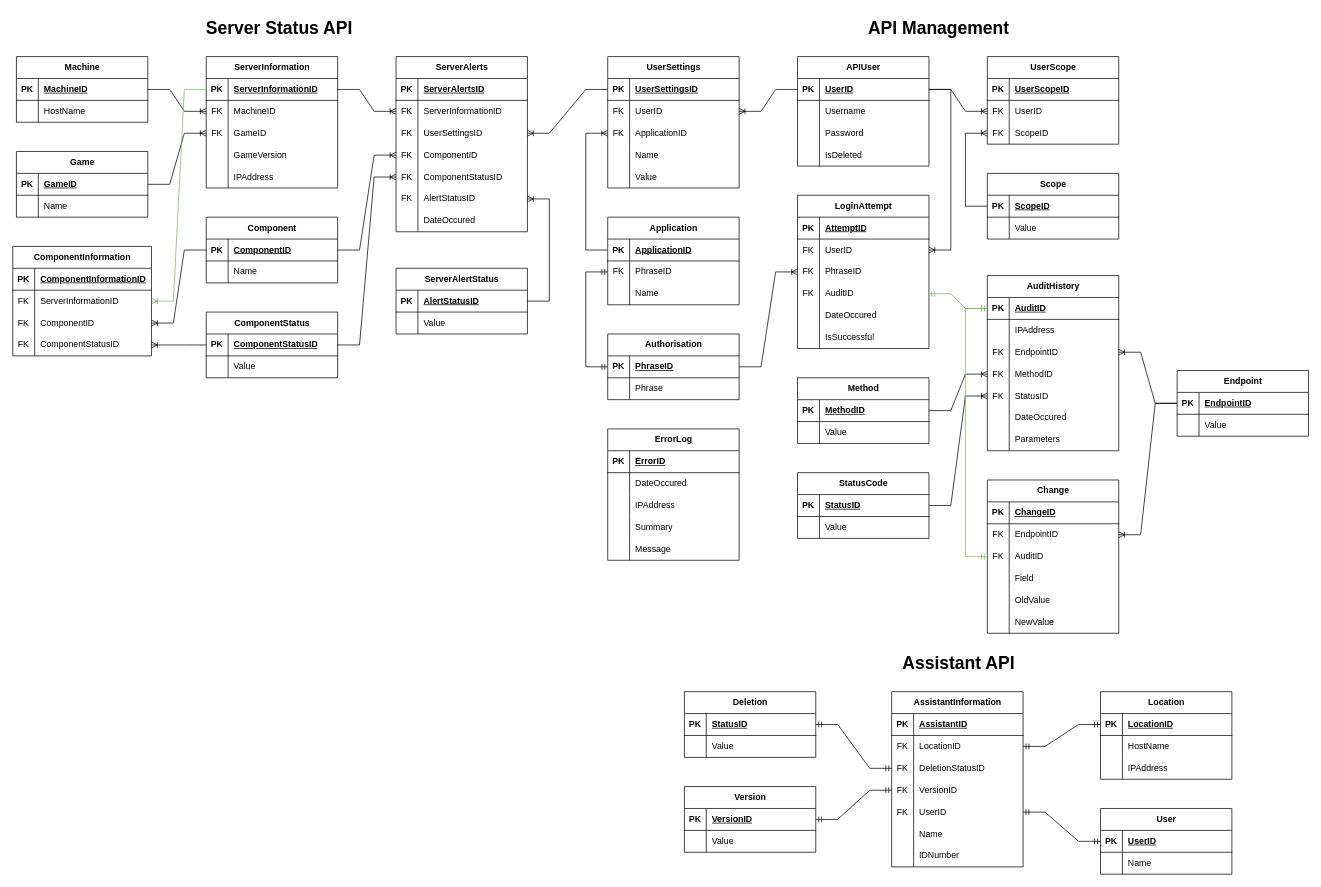
Earlier version of the draw.io diagram Database ERD.drawio (LegendarySpork9/Hunter-Industries-API). Source tidied: cells renumbered, new cells numbered last; positions are measured from the earlier drawing's top-left corner, leaving out a move shared by most shapes. Both pictures are drawn from the tidied source at 73%, with x=0, y=0 at pixel (12, 12).
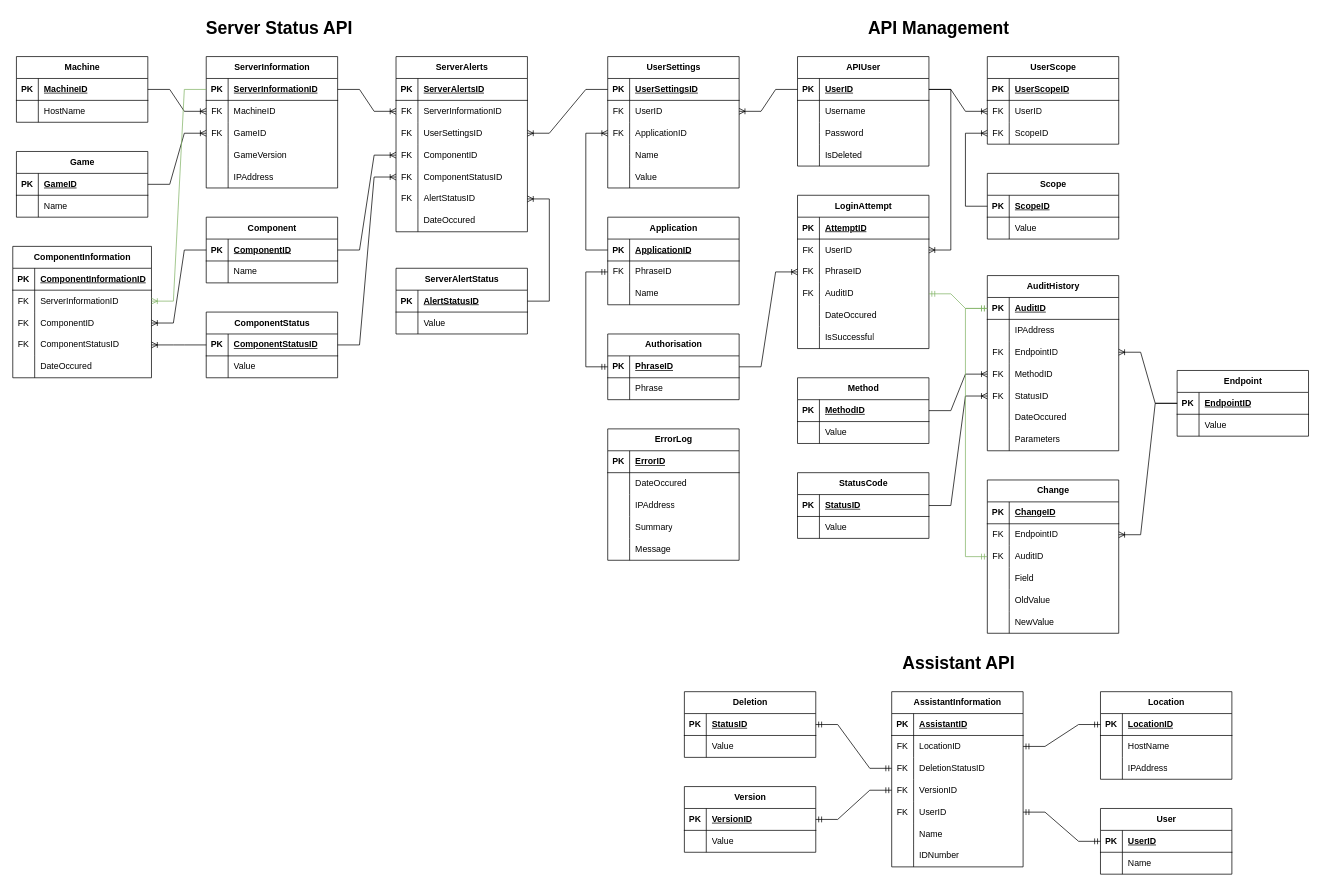
After the change.

Commit message:
Database ERD

Added a date field to the ComponentInformation table.

Unchanged cells that the change refers to:
```xml
<mxCell id="283" style="shape=tableRow;horizontal=0;startSize=0;swimlaneHead=0;swimlaneBody=0;fillColor=none;points=[[0,0.5],[1,0.5]];portConstraint=eastwest;top=0;left=0;right=0;bottom=1;" parent="282" vertex="1">
  <mxGeometry y="30" width="180" height="30" as="geometry" />
</mxCell>
```

Change to the diagram source:
```diff
@@
     <mxCell id="262" value="ComponentInformation" style="shape=table;startSize=30;childLayout=tableLayout;rowLines=0;fontStyle=1;align=center;html=1;" parent="1" vertex="1">
-      <mxGeometry y="320" width="190" height="150" as="geometry" />
+      <mxGeometry y="320" width="190" height="180" as="geometry" />
     </mxCell>
@@
+    <mxCell id="331" style="shape=tableRow;horizontal=0;startSize=0;swimlaneHead=0;swimlaneBody=0;fillColor=none;points=[[0,0.5],[1,0.5]];portConstraint=eastwest;top=0;left=0;right=0;bottom=0;" parent="262" vertex="1">
+      <mxGeometry y="120" width="190" height="30" as="geometry" />
+    </mxCell>
+    <mxCell id="332" value="FK" style="shape=partialRectangle;fillColor=none;top=0;left=0;bottom=0;right=0;overflow=hidden;whiteSpace=wrap;html=1;" parent="331" vertex="1">
+      <mxGeometry width="30" height="30" as="geometry" />
+    </mxCell>
+    <mxCell id="333" value="&lt;span style=&quot;text-align: center; text-wrap-mode: nowrap;&quot;&gt;ComponentStatus&lt;/span&gt;ID" style="shape=partialRectangle;fillColor=none;top=0;left=0;bottom=0;right=0;align=left;spacingLeft=6;overflow=hidden;whiteSpace=wrap;html=1;" parent="331" vertex="1">
+      <mxGeometry x="30" width="160" height="30" as="geometry" />
+    </mxCell>
     <mxCell id="272" style="shape=tableRow;horizontal=0;startSize=0;swimlaneHead=0;swimlaneBody=0;fillColor=none;points=[[0,0.5],[1,0.5]];portConstraint=eastwest;top=0;left=0;right=0;bottom=0;" parent="262" vertex="1">
-      <mxGeometry y="120" width="190" height="30" as="geometry" />
+      <mxGeometry y="150" width="190" height="30" as="geometry" />
     </mxCell>
-    <mxCell id="273" value="FK" style="shape=partialRectangle;fillColor=none;top=0;left=0;bottom=0;right=0;overflow=hidden;whiteSpace=wrap;html=1;" parent="272" vertex="1">
+    <mxCell id="273" style="shape=partialRectangle;fillColor=none;top=0;left=0;bottom=0;right=0;overflow=hidden;whiteSpace=wrap;html=1;" parent="272" vertex="1">
       <mxGeometry width="30" height="30" as="geometry" />
     </mxCell>
-    <mxCell id="274" value="&lt;span style=&quot;text-align: center; text-wrap-mode: nowrap;&quot;&gt;ComponentStatus&lt;/span&gt;ID" style="shape=partialRectangle;fillColor=none;top=0;left=0;bottom=0;right=0;align=left;spacingLeft=6;overflow=hidden;whiteSpace=wrap;html=1;" parent="272" vertex="1">
+    <mxCell id="274" value="&lt;div style=&quot;text-align: center;&quot;&gt;&lt;span style=&quot;background-color: transparent; color: light-dark(rgb(0, 0, 0), rgb(255, 255, 255)); text-wrap-mode: nowrap;&quot;&gt;DateOccured&lt;/span&gt;&lt;/div&gt;" style="shape=partialRectangle;fillColor=none;top=0;left=0;bottom=0;right=0;align=left;spacingLeft=6;overflow=hidden;whiteSpace=wrap;html=1;" parent="272" vertex="1">
       <mxGeometry x="30" width="160" height="30" as="geometry" />
     </mxCell>
@@
-    <mxCell id="325" style="edgeStyle=entityRelationEdgeStyle;fontSize=12;html=1;endArrow=ERoneToMany;rounded=0;entryX=1;entryY=0.5;entryDx=0;entryDy=0;exitX=0;exitY=0.5;exitDx=0;exitDy=0;" parent="1" edge="1" source="283" target="272">
+    <mxCell id="325" style="edgeStyle=entityRelationEdgeStyle;fontSize=12;html=1;endArrow=ERoneToMany;rounded=0;entryX=1;entryY=0.5;entryDx=0;entryDy=0;exitX=0;exitY=0.5;exitDx=0;exitDy=0;" parent="1" edge="1" source="283" target="331">
       <mxGeometry relative="1" as="geometry" />
     </mxCell>
```
